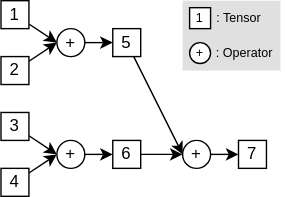
Above: docs/assets/transpiler/tb-sched-conflict-example.drawio.svg in mirage-project/mirage (draw.io), before the change. Source tidied: cells renumbered, new cells last; positions are measured from the earlier drawing's top-left corner, leaving out a move shared by most shapes. Source of this version:
```xml
<mxGraphModel>
  <root>
    <mxCell id="0" />
    <mxCell id="1" parent="0" />
    <mxCell id="2" style="rounded=0;whiteSpace=wrap;html=1;glass=0;fontSize=9;fillColor=#E0E0E0;strokeColor=none;gradientColor=none;" parent="1" vertex="1">
      <mxGeometry x="130" width="70" height="50" as="geometry" />
    </mxCell>
    <mxCell id="3" style="edgeStyle=none;html=1;entryX=0;entryY=0.5;entryDx=0;entryDy=0;" parent="1" edge="1" source="4" target="12">
      <mxGeometry relative="1" as="geometry" />
    </mxCell>
    <mxCell id="4" value="1" style="rounded=0;whiteSpace=wrap;html=1;" parent="1" vertex="1">
      <mxGeometry width="20" height="20" as="geometry" />
    </mxCell>
    <mxCell id="5" style="edgeStyle=none;html=1;entryX=0;entryY=0.5;entryDx=0;entryDy=0;" parent="1" edge="1" source="6" target="12">
      <mxGeometry relative="1" as="geometry" />
    </mxCell>
    <mxCell id="6" value="2" style="rounded=0;whiteSpace=wrap;html=1;" parent="1" vertex="1">
      <mxGeometry y="40" width="20" height="20" as="geometry" />
    </mxCell>
    <mxCell id="7" style="edgeStyle=none;html=1;entryX=0;entryY=0.5;entryDx=0;entryDy=0;" parent="1" edge="1" source="8" target="14">
      <mxGeometry relative="1" as="geometry" />
    </mxCell>
    <mxCell id="8" value="3" style="rounded=0;whiteSpace=wrap;html=1;" parent="1" vertex="1">
      <mxGeometry y="80" width="20" height="20" as="geometry" />
    </mxCell>
    <mxCell id="9" style="edgeStyle=none;html=1;entryX=0;entryY=0.5;entryDx=0;entryDy=0;" parent="1" edge="1" source="10" target="14">
      <mxGeometry relative="1" as="geometry" />
    </mxCell>
    <mxCell id="10" value="4" style="rounded=0;whiteSpace=wrap;html=1;" parent="1" vertex="1">
      <mxGeometry y="120" width="20" height="20" as="geometry" />
    </mxCell>
    <mxCell id="11" style="edgeStyle=none;html=1;entryX=0;entryY=0.5;entryDx=0;entryDy=0;" parent="1" edge="1" source="12" target="16">
      <mxGeometry relative="1" as="geometry" />
    </mxCell>
    <mxCell id="12" value="+" style="ellipse;whiteSpace=wrap;html=1;rounded=0;" parent="1" vertex="1">
      <mxGeometry x="40" y="20" width="20" height="20" as="geometry" />
    </mxCell>
    <mxCell id="13" style="edgeStyle=none;html=1;entryX=0;entryY=0.5;entryDx=0;entryDy=0;" parent="1" edge="1" source="14" target="18">
      <mxGeometry relative="1" as="geometry" />
    </mxCell>
    <mxCell id="14" value="+" style="ellipse;whiteSpace=wrap;html=1;rounded=0;" parent="1" vertex="1">
      <mxGeometry x="40" y="100" width="20" height="20" as="geometry" />
    </mxCell>
    <mxCell id="15" style="edgeStyle=none;html=1;entryX=0;entryY=0.5;entryDx=0;entryDy=0;" parent="1" edge="1" source="16" target="20">
      <mxGeometry relative="1" as="geometry" />
    </mxCell>
    <mxCell id="16" value="5" style="rounded=0;whiteSpace=wrap;html=1;" parent="1" vertex="1">
      <mxGeometry x="80" y="20" width="20" height="20" as="geometry" />
    </mxCell>
    <mxCell id="17" style="edgeStyle=none;html=1;entryX=0;entryY=0.5;entryDx=0;entryDy=0;" parent="1" edge="1" source="18" target="20">
      <mxGeometry relative="1" as="geometry" />
    </mxCell>
    <mxCell id="18" value="6" style="rounded=0;whiteSpace=wrap;html=1;" parent="1" vertex="1">
      <mxGeometry x="80" y="100" width="20" height="20" as="geometry" />
    </mxCell>
    <mxCell id="19" style="edgeStyle=none;html=1;entryX=0;entryY=0.5;entryDx=0;entryDy=0;" parent="1" edge="1" source="20" target="21">
      <mxGeometry relative="1" as="geometry" />
    </mxCell>
    <mxCell id="20" value="+" style="ellipse;whiteSpace=wrap;html=1;rounded=0;" parent="1" vertex="1">
      <mxGeometry x="130" y="100" width="20" height="20" as="geometry" />
    </mxCell>
    <mxCell id="21" value="7" style="rounded=0;whiteSpace=wrap;html=1;" parent="1" vertex="1">
      <mxGeometry x="170" y="100" width="20" height="20" as="geometry" />
    </mxCell>
    <mxCell id="22" value="1" style="rounded=0;whiteSpace=wrap;html=1;fontSize=9;" parent="1" vertex="1">
      <mxGeometry x="135" y="5" width="15" height="15" as="geometry" />
    </mxCell>
    <mxCell id="23" value=": Tensor" style="text;html=1;align=center;verticalAlign=middle;strokeColor=none;fillColor=none;fontSize=9;" parent="1" vertex="1">
      <mxGeometry x="140" y="3" width="60" height="20" as="geometry" />
    </mxCell>
    <mxCell id="24" value="+" style="ellipse;whiteSpace=wrap;html=1;rounded=0;fontSize=9;" parent="1" vertex="1">
      <mxGeometry x="135" y="30" width="15" height="15" as="geometry" />
    </mxCell>
    <mxCell id="25" value=": Operator" style="text;html=1;align=center;verticalAlign=middle;strokeColor=none;fillColor=none;fontSize=9;" parent="1" vertex="1">
      <mxGeometry x="144" y="27.5" width="60" height="20" as="geometry" />
    </mxCell>
  </root>
</mxGraphModel>
```
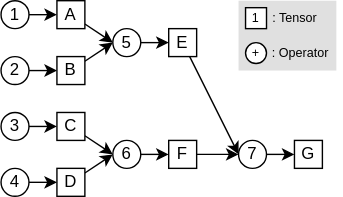
The same diagram one commit later.

Commit message:
Refine documents

What changed in the source:
```diff
@@ -8,58 +8,58 @@
     <mxCell id="3" style="edgeStyle=none;html=1;entryX=0;entryY=0.5;entryDx=0;entryDy=0;" parent="1" edge="1" source="4" target="12">
       <mxGeometry relative="1" as="geometry" />
     </mxCell>
-    <mxCell id="4" value="1" style="rounded=0;whiteSpace=wrap;html=1;" parent="1" vertex="1">
+    <mxCell id="4" value="A" style="rounded=0;whiteSpace=wrap;html=1;" parent="1" vertex="1">
       <mxGeometry width="20" height="20" as="geometry" />
     </mxCell>
     <mxCell id="5" style="edgeStyle=none;html=1;entryX=0;entryY=0.5;entryDx=0;entryDy=0;" parent="1" edge="1" source="6" target="12">
       <mxGeometry relative="1" as="geometry" />
     </mxCell>
-    <mxCell id="6" value="2" style="rounded=0;whiteSpace=wrap;html=1;" parent="1" vertex="1">
+    <mxCell id="6" value="B" style="rounded=0;whiteSpace=wrap;html=1;" parent="1" vertex="1">
       <mxGeometry y="40" width="20" height="20" as="geometry" />
     </mxCell>
     <mxCell id="7" style="edgeStyle=none;html=1;entryX=0;entryY=0.5;entryDx=0;entryDy=0;" parent="1" edge="1" source="8" target="14">
       <mxGeometry relative="1" as="geometry" />
     </mxCell>
-    <mxCell id="8" value="3" style="rounded=0;whiteSpace=wrap;html=1;" parent="1" vertex="1">
+    <mxCell id="8" value="C" style="rounded=0;whiteSpace=wrap;html=1;" parent="1" vertex="1">
       <mxGeometry y="80" width="20" height="20" as="geometry" />
     </mxCell>
     <mxCell id="9" style="edgeStyle=none;html=1;entryX=0;entryY=0.5;entryDx=0;entryDy=0;" parent="1" edge="1" source="10" target="14">
       <mxGeometry relative="1" as="geometry" />
     </mxCell>
-    <mxCell id="10" value="4" style="rounded=0;whiteSpace=wrap;html=1;" parent="1" vertex="1">
+    <mxCell id="10" value="D" style="rounded=0;whiteSpace=wrap;html=1;" parent="1" vertex="1">
       <mxGeometry y="120" width="20" height="20" as="geometry" />
     </mxCell>
     <mxCell id="11" style="edgeStyle=none;html=1;entryX=0;entryY=0.5;entryDx=0;entryDy=0;" parent="1" edge="1" source="12" target="16">
       <mxGeometry relative="1" as="geometry" />
     </mxCell>
-    <mxCell id="12" value="+" style="ellipse;whiteSpace=wrap;html=1;rounded=0;" parent="1" vertex="1">
+    <mxCell id="12" value="5" style="ellipse;whiteSpace=wrap;html=1;rounded=0;" parent="1" vertex="1">
       <mxGeometry x="40" y="20" width="20" height="20" as="geometry" />
     </mxCell>
     <mxCell id="13" style="edgeStyle=none;html=1;entryX=0;entryY=0.5;entryDx=0;entryDy=0;" parent="1" edge="1" source="14" target="18">
       <mxGeometry relative="1" as="geometry" />
     </mxCell>
-    <mxCell id="14" value="+" style="ellipse;whiteSpace=wrap;html=1;rounded=0;" parent="1" vertex="1">
+    <mxCell id="14" value="6" style="ellipse;whiteSpace=wrap;html=1;rounded=0;" parent="1" vertex="1">
       <mxGeometry x="40" y="100" width="20" height="20" as="geometry" />
     </mxCell>
     <mxCell id="15" style="edgeStyle=none;html=1;entryX=0;entryY=0.5;entryDx=0;entryDy=0;" parent="1" edge="1" source="16" target="20">
       <mxGeometry relative="1" as="geometry" />
     </mxCell>
-    <mxCell id="16" value="5" style="rounded=0;whiteSpace=wrap;html=1;" parent="1" vertex="1">
+    <mxCell id="16" value="E" style="rounded=0;whiteSpace=wrap;html=1;" parent="1" vertex="1">
       <mxGeometry x="80" y="20" width="20" height="20" as="geometry" />
     </mxCell>
     <mxCell id="17" style="edgeStyle=none;html=1;entryX=0;entryY=0.5;entryDx=0;entryDy=0;" parent="1" edge="1" source="18" target="20">
       <mxGeometry relative="1" as="geometry" />
     </mxCell>
-    <mxCell id="18" value="6" style="rounded=0;whiteSpace=wrap;html=1;" parent="1" vertex="1">
+    <mxCell id="18" value="F" style="rounded=0;whiteSpace=wrap;html=1;" parent="1" vertex="1">
       <mxGeometry x="80" y="100" width="20" height="20" as="geometry" />
     </mxCell>
     <mxCell id="19" style="edgeStyle=none;html=1;entryX=0;entryY=0.5;entryDx=0;entryDy=0;" parent="1" edge="1" source="20" target="21">
       <mxGeometry relative="1" as="geometry" />
     </mxCell>
-    <mxCell id="20" value="+" style="ellipse;whiteSpace=wrap;html=1;rounded=0;" parent="1" vertex="1">
+    <mxCell id="20" value="7" style="ellipse;whiteSpace=wrap;html=1;rounded=0;" parent="1" vertex="1">
       <mxGeometry x="130" y="100" width="20" height="20" as="geometry" />
     </mxCell>
-    <mxCell id="21" value="7" style="rounded=0;whiteSpace=wrap;html=1;" parent="1" vertex="1">
+    <mxCell id="21" value="G" style="rounded=0;whiteSpace=wrap;html=1;" parent="1" vertex="1">
       <mxGeometry x="170" y="100" width="20" height="20" as="geometry" />
     </mxCell>
     <mxCell id="22" value="1" style="rounded=0;whiteSpace=wrap;html=1;fontSize=9;" parent="1" vertex="1">
@@ -74,5 +74,29 @@
     <mxCell id="25" value=": Operator" style="text;html=1;align=center;verticalAlign=middle;strokeColor=none;fillColor=none;fontSize=9;" parent="1" vertex="1">
       <mxGeometry x="144" y="27.5" width="60" height="20" as="geometry" />
     </mxCell>
+    <mxCell id="26" style="edgeStyle=none;html=1;entryX=0;entryY=0.5;entryDx=0;entryDy=0;" parent="1" edge="1" source="27" target="4">
+      <mxGeometry relative="1" as="geometry" />
+    </mxCell>
+    <mxCell id="27" value="1" style="ellipse;whiteSpace=wrap;html=1;rounded=0;" parent="1" vertex="1">
+      <mxGeometry x="-40" width="20" height="20" as="geometry" />
+    </mxCell>
+    <mxCell id="28" style="edgeStyle=none;html=1;entryX=0;entryY=0.5;entryDx=0;entryDy=0;" parent="1" edge="1" source="29" target="6">
+      <mxGeometry relative="1" as="geometry" />
+    </mxCell>
+    <mxCell id="29" value="2" style="ellipse;whiteSpace=wrap;html=1;rounded=0;" parent="1" vertex="1">
+      <mxGeometry x="-40" y="40" width="20" height="20" as="geometry" />
+    </mxCell>
+    <mxCell id="30" style="edgeStyle=none;html=1;entryX=0;entryY=0.5;entryDx=0;entryDy=0;" parent="1" edge="1" source="31" target="8">
+      <mxGeometry relative="1" as="geometry" />
+    </mxCell>
+    <mxCell id="31" value="3" style="ellipse;whiteSpace=wrap;html=1;rounded=0;" parent="1" vertex="1">
+      <mxGeometry x="-40" y="80" width="20" height="20" as="geometry" />
+    </mxCell>
+    <mxCell id="32" style="edgeStyle=none;html=1;entryX=0;entryY=0.5;entryDx=0;entryDy=0;" parent="1" edge="1" source="33" target="10">
+      <mxGeometry relative="1" as="geometry" />
+    </mxCell>
+    <mxCell id="33" value="4" style="ellipse;whiteSpace=wrap;html=1;rounded=0;" parent="1" vertex="1">
+      <mxGeometry x="-40" y="120" width="20" height="20" as="geometry" />
+    </mxCell>
   </root>
 </mxGraphModel>
```
